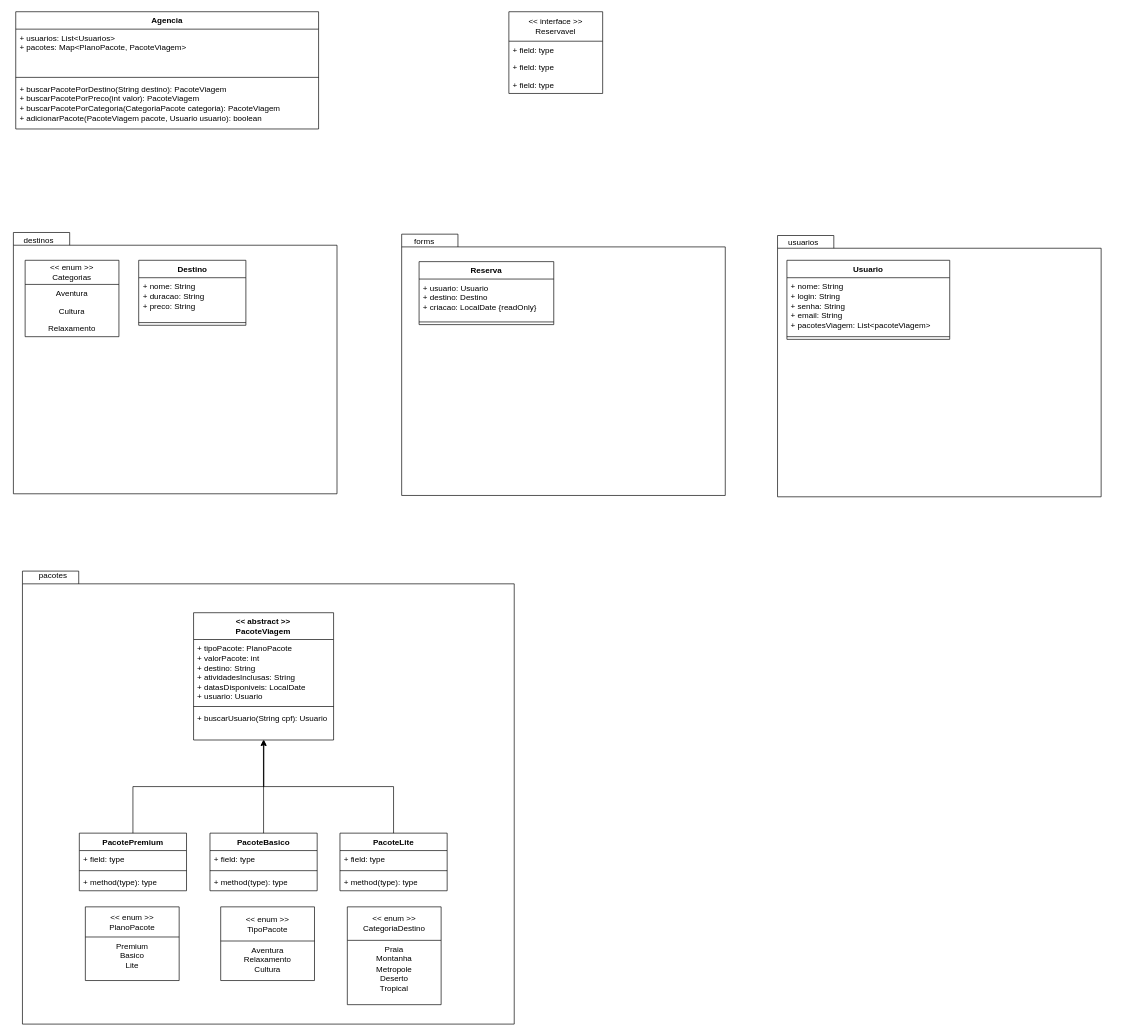
Corumba03/Projeto-Final keeps this draw.io diagram as files/Turismo.drawio. Above is the earlier version. Source tidied: cells renumbered, new cells numbered last; positions are measured from the earlier drawing's top-left corner, leaving out a move shared by most shapes. Both pictures are drawn from the tidied source at 67%, with x=0, y=0 at pixel (11, 11).
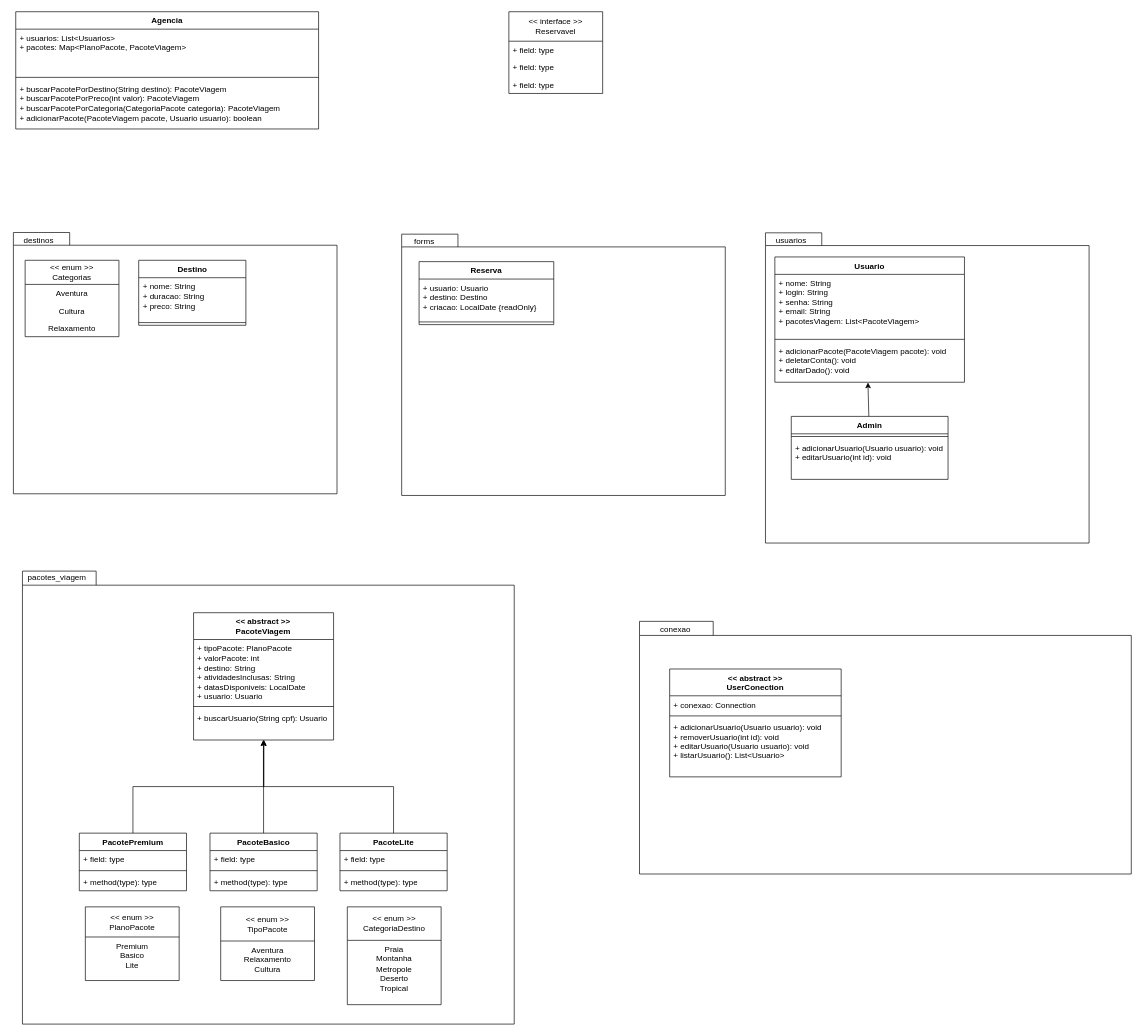
The same page after the edit.

Commit message:
uml atualizado: add usuarios e conexao com db

The change refers to these unchanged cells:
```xml
<mxCell id="32" style="group;" parent="1" vertex="1">
  <mxGeometry x="16" y="828" width="734" height="683" as="geometry" />
</mxCell>
```

What changed in the source:
```diff
@@
     <mxCell id="26" style="group;" parent="1" vertex="1">
-      <mxGeometry x="1143" y="331" width="483" height="393" as="geometry" />
+      <mxGeometry x="1125" y="327" width="512" height="609" as="geometry" />
     </mxCell>
     <mxCell id="27" style="shape=folder;fontStyle=1;spacingTop=10;tabWidth=84;tabHeight=19;tabPosition=left;html=1;whiteSpace=wrap;" parent="26" vertex="1">
-      <mxGeometry y="3" width="483" height="390" as="geometry" />
+      <mxGeometry y="3" width="483" height="463" as="geometry" />
     </mxCell>
@@
-    <mxCell id="29" value="Usuario" style="swimlane;fontStyle=1;align=center;verticalAlign=top;horizontal=1;startSize=26;whiteSpace=wrap;html=1;" parent="26" vertex="1">
-      <mxGeometry x="14" y="40" width="243" height="118" as="geometry" />
+    <mxCell id="29" value="Usuario" style="swimlane;fontStyle=1;align=center;verticalAlign=top;horizontal=1;startSize=26;" parent="26" vertex="1">
+      <mxGeometry x="14" y="39" width="283" height="187" as="geometry" />
     </mxCell>
-    <mxCell id="30" value="&lt;div&gt;+ nome: String&lt;/div&gt;&lt;div&gt;+ login: String&lt;/div&gt;&lt;div&gt;+ senha: String&lt;/div&gt;&lt;div&gt;+ email: String&lt;br&gt;&lt;/div&gt;&lt;div&gt;&lt;div&gt;+ pacotesViagem: List&amp;lt;pacoteViagem&amp;gt;&lt;br&gt;&lt;/div&gt;&lt;/div&gt;" style="text;strokeColor=none;fillColor=none;align=left;verticalAlign=top;spacingLeft=4;spacingRight=4;overflow=hidden;whiteSpace=wrap;html=1;" parent="29" vertex="1">
-      <mxGeometry y="26" width="243" height="84" as="geometry" />
-    </mxCell>
-    <mxCell id="31" style="line;strokeWidth=1;fillColor=none;align=left;verticalAlign=middle;spacingTop=-1;spacingLeft=3;spacingRight=3;labelPosition=right;strokeColor=inherit;" parent="29" vertex="1">
-      <mxGeometry y="110" width="243" height="8" as="geometry" />
-    </mxCell>
+    <mxCell id="62" value="+ nome: String&#10;+ login: String&#10;+ senha: String&#10;+ email: String&#10;+ pacotesViagem: List&lt;PacoteViagem&gt;" style="text;strokeColor=none;fillColor=none;align=left;verticalAlign=top;spacingLeft=4;spacingRight=4;overflow=hidden;" parent="29" vertex="1">
+      <mxGeometry y="26" width="283" height="93" as="geometry" />
+    </mxCell>
+    <mxCell id="63" style="line;strokeWidth=1;fillColor=none;align=left;verticalAlign=middle;spacingTop=-1;spacingLeft=3;spacingRight=3;labelPosition=right;strokeColor=inherit;" parent="29" vertex="1">
+      <mxGeometry y="119" width="283" height="8" as="geometry" />
+    </mxCell>
+    <mxCell id="64" value="+ adicionarPacote(PacoteViagem pacote): void&#10;+ deletarConta(): void&#10;+ editarDado(): void" style="text;strokeColor=none;fillColor=none;align=left;verticalAlign=top;spacingLeft=4;spacingRight=4;overflow=hidden;points=[[0,0.5],[1,0.5]];portConstraint=eastwest;" parent="29" vertex="1">
+      <mxGeometry y="127" width="283" height="60" as="geometry" />
+    </mxCell>
+    <mxCell id="65" style="edgeStyle=none;html=1;entryX=0.491;entryY=1.006;entryDx=0;entryDy=0;entryPerimeter=0;" parent="26" edge="1" source="66" target="64">
+      <mxGeometry relative="1" as="geometry" />
+    </mxCell>
+    <mxCell id="66" value="Admin" style="swimlane;fontStyle=1;align=center;verticalAlign=top;horizontal=1;startSize=26;" parent="26" vertex="1">
+      <mxGeometry x="38.5" y="277" width="234" height="94" as="geometry" />
+    </mxCell>
+    <mxCell id="67" style="line;strokeWidth=1;fillColor=none;align=left;verticalAlign=middle;spacingTop=-1;spacingLeft=3;spacingRight=3;labelPosition=right;strokeColor=inherit;" parent="66" vertex="1">
+      <mxGeometry y="26" width="234" height="8" as="geometry" />
+    </mxCell>
+    <mxCell id="68" value="+ adicionarUsuario(Usuario usuario): void&#10;+ editarUsuario(int id): void" style="text;strokeColor=none;fillColor=none;align=left;verticalAlign=top;spacingLeft=4;spacingRight=4;overflow=hidden;" parent="66" vertex="1">
+      <mxGeometry y="34" width="234" height="60" as="geometry" />
+    </mxCell>
@@
-    <mxCell id="33" style="shape=folder;fontStyle=1;spacingTop=10;tabWidth=84;tabHeight=19;tabPosition=left;html=1;whiteSpace=wrap;" parent="32" vertex="1">
+    <mxCell id="33" style="shape=folder;fontStyle=1;spacingTop=10;tabWidth=110;tabHeight=21;tabPosition=left;html=1;whiteSpace=wrap;" parent="32" vertex="1">
       <mxGeometry y="6.9" width="734" height="676.1" as="geometry" />
     </mxCell>
-    <mxCell id="34" value="pacotes" style="text;whiteSpace=wrap;html=1;" parent="32" vertex="1">
-      <mxGeometry x="22.7" width="62.2" height="41.6" as="geometry" />
+    <mxCell id="34" value="pacotes_viagem&lt;br&gt;" style="text;whiteSpace=wrap;html=1;" parent="32" vertex="1">
+      <mxGeometry x="6" y="3" width="62.2" height="41.6" as="geometry" />
     </mxCell>
@@
+    <mxCell id="69" style="group;" parent="1" vertex="1">
+      <mxGeometry x="937" y="906" width="734" height="381" as="geometry" />
+    </mxCell>
+    <mxCell id="70" style="shape=folder;fontStyle=1;spacingTop=10;tabWidth=110;tabHeight=21;tabPosition=left;html=1;whiteSpace=wrap;" parent="69" vertex="1">
+      <mxGeometry y="3.9" width="734" height="377.1" as="geometry" />
+    </mxCell>
+    <mxCell id="71" value="conexao" style="text;whiteSpace=wrap;html=1;" parent="69" vertex="1">
+      <mxGeometry x="29" y="2.2" width="62.2" height="23.2" as="geometry" />
+    </mxCell>
+    <mxCell id="72" value="&lt;&lt; abstract &gt;&gt;&#10;UserConection" style="swimlane;fontStyle=1;align=center;verticalAlign=top;horizontal=1;startSize=40;" parent="69" vertex="1">
+      <mxGeometry x="45" y="75" width="256" height="161" as="geometry" />
+    </mxCell>
+    <mxCell id="73" value="+ conexao: Connection" style="text;strokeColor=none;fillColor=none;align=left;verticalAlign=top;spacingLeft=4;spacingRight=4;overflow=hidden;" parent="72" vertex="1">
+      <mxGeometry y="40" width="256" height="26" as="geometry" />
+    </mxCell>
+    <mxCell id="74" style="line;strokeWidth=1;fillColor=none;align=left;verticalAlign=middle;spacingTop=-1;spacingLeft=3;spacingRight=3;labelPosition=right;strokeColor=inherit;" parent="72" vertex="1">
+      <mxGeometry y="66" width="256" height="8" as="geometry" />
+    </mxCell>
+    <mxCell id="75" value="+ adicionarUsuario(Usuario usuario): void&#10;+ removerUsuario(int id): void&#10;+ editarUsuario(Usuario usuario): void&#10;+ listarUsuario(): List&lt;Usuario&gt;" style="text;strokeColor=none;fillColor=none;align=left;verticalAlign=top;spacingLeft=4;spacingRight=4;overflow=hidden;" parent="72" vertex="1">
+      <mxGeometry y="74" width="256" height="87" as="geometry" />
+    </mxCell>
```
